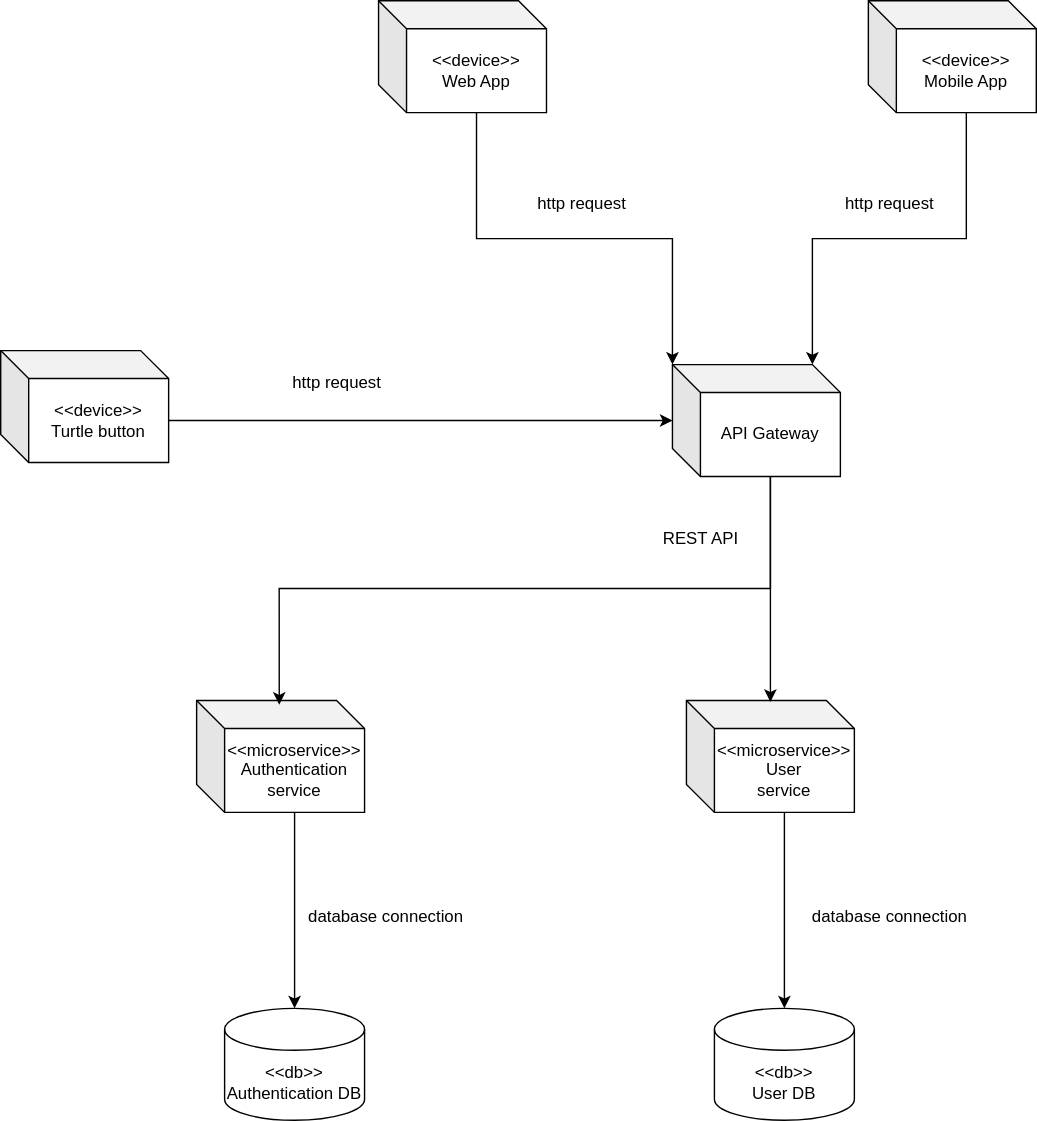
Earlier version of the draw.io export Documentation/Design/SoftwareArchitecture.drawio.svg (r0jbY/uvjb). Source tidied: cells renumbered, new cells last; positions are measured from the earlier drawing's top-left corner, leaving out a move shared by most shapes.
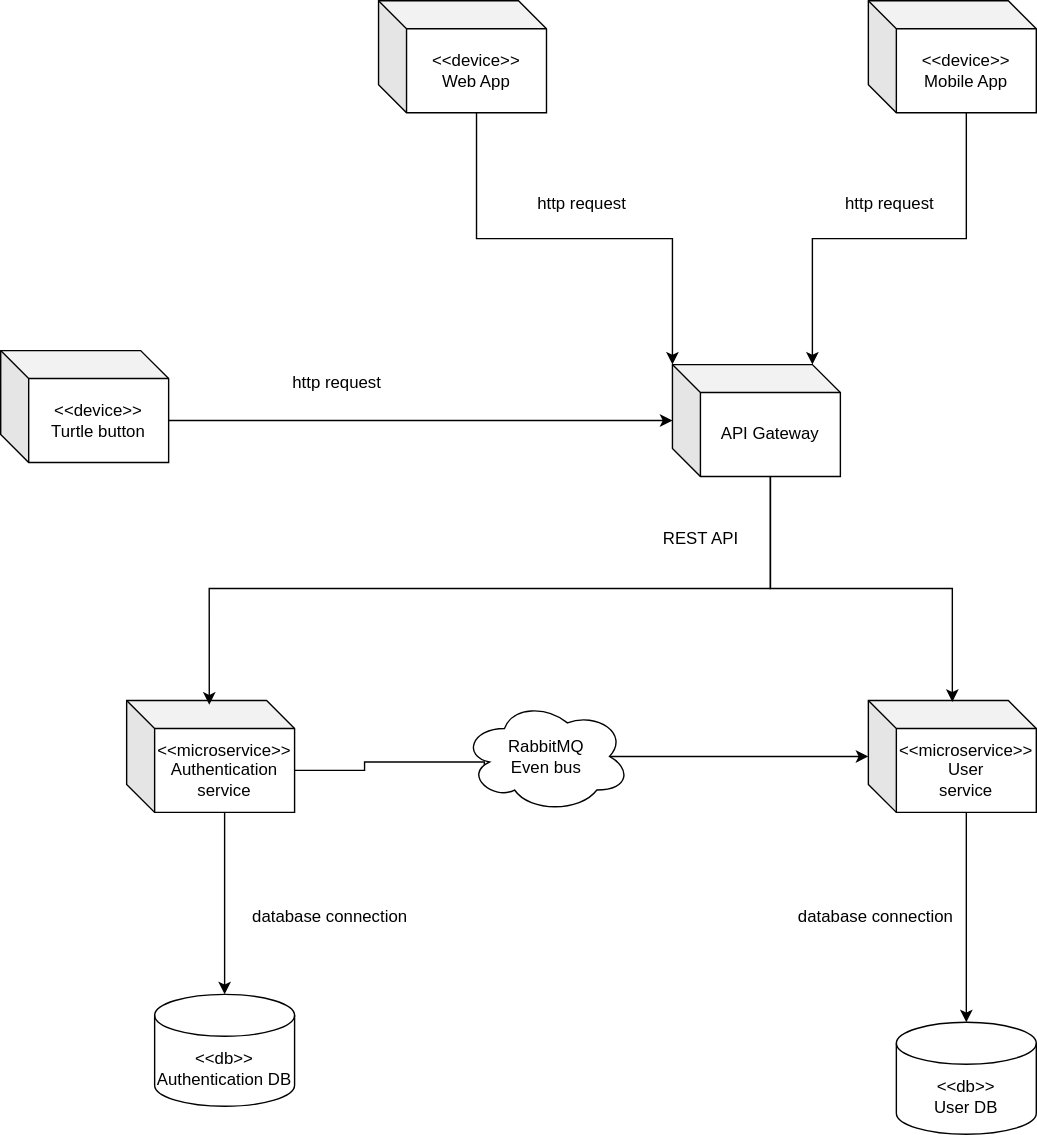
The same file after the commit.

The edit, as a diff of the source:
```diff
@@ -23,20 +23,29 @@
     <mxCell id="8" style="edgeStyle=orthogonalEdgeStyle;rounded=0;jettySize=auto;html=1;exitX=0;exitY=0;exitDx=70;exitDy=80;exitPerimeter=0;entryX=0;entryY=0;entryDx=100;entryDy=0;entryPerimeter=0;" parent="1" edge="1" source="3" target="6">
       <mxGeometry relative="1" as="geometry" />
     </mxCell>
+    <mxCell id="23" style="edgeStyle=orthogonalEdgeStyle;rounded=0;jettySize=auto;html=1;exitX=0;exitY=0;exitDx=120;exitDy=50;exitPerimeter=0;entryX=0.13;entryY=0.77;entryDx=0;entryDy=0;entryPerimeter=0;" parent="1" edge="1" source="9" target="25">
+      <mxGeometry relative="1" as="geometry">
+        <Array as="points">
+          <mxPoint x="260" y="550" />
+          <mxPoint x="260" y="544" />
+          <mxPoint x="346" y="544" />
+        </Array>
+      </mxGeometry>
+    </mxCell>
     <mxCell id="9" value="&amp;lt;&amp;lt;microservice&amp;gt;&amp;gt;&lt;div&gt;Authentication service&lt;/div&gt;" style="shape=cube;whiteSpace=wrap;html=1;boundedLbl=1;backgroundOutline=1;darkOpacity=0.05;darkOpacity2=0.1;" parent="1" vertex="1">
-      <mxGeometry x="140" y="500" width="120" height="80" as="geometry" />
+      <mxGeometry x="90" y="500" width="120" height="80" as="geometry" />
     </mxCell>
     <mxCell id="10" style="edgeStyle=orthogonalEdgeStyle;rounded=0;jettySize=auto;html=1;exitX=0;exitY=0;exitDx=70;exitDy=80;exitPerimeter=0;entryX=0.492;entryY=0.038;entryDx=0;entryDy=0;entryPerimeter=0;" parent="1" edge="1" source="6" target="9">
       <mxGeometry relative="1" as="geometry" />
     </mxCell>
     <mxCell id="11" value="&amp;lt;&amp;lt;db&amp;gt;&amp;gt;&lt;div&gt;Authentication DB&lt;/div&gt;" style="shape=cylinder3;whiteSpace=wrap;html=1;boundedLbl=1;backgroundOutline=1;size=15;" parent="1" vertex="1">
-      <mxGeometry x="160" y="720" width="100" height="80" as="geometry" />
+      <mxGeometry x="110" y="710" width="100" height="80" as="geometry" />
     </mxCell>
     <mxCell id="12" style="edgeStyle=orthogonalEdgeStyle;rounded=0;jettySize=auto;html=1;exitX=0;exitY=0;exitDx=70;exitDy=80;exitPerimeter=0;entryX=0.5;entryY=0;entryDx=0;entryDy=0;entryPerimeter=0;" parent="1" edge="1" source="9" target="11">
       <mxGeometry relative="1" as="geometry" />
     </mxCell>
     <mxCell id="13" value="database connection" style="text;html=1;align=center;verticalAlign=middle;strokeColor=none;fillColor=none;" parent="1" vertex="1">
-      <mxGeometry x="210" y="640" width="130" height="30" as="geometry" />
+      <mxGeometry x="170" y="640" width="130" height="30" as="geometry" />
     </mxCell>
     <mxCell id="14" value="http request" style="text;html=1;align=center;verticalAlign=middle;strokeColor=none;fillColor=none;" parent="1" vertex="1">
       <mxGeometry x="195" y="258" width="90" height="30" as="geometry" />
@@ -51,19 +60,25 @@
       <mxGeometry x="460" y="370" width="80" height="30" as="geometry" />
     </mxCell>
     <mxCell id="18" value="&amp;lt;&amp;lt;microservice&amp;gt;&amp;gt;&lt;div&gt;User&lt;/div&gt;&lt;div&gt;service&lt;/div&gt;" style="shape=cube;whiteSpace=wrap;html=1;boundedLbl=1;backgroundOutline=1;darkOpacity=0.05;darkOpacity2=0.1;" parent="1" vertex="1">
-      <mxGeometry x="490" y="500" width="120" height="80" as="geometry" />
+      <mxGeometry x="620" y="500" width="120" height="80" as="geometry" />
     </mxCell>
     <mxCell id="19" value="&amp;lt;&amp;lt;db&amp;gt;&amp;gt;&lt;div&gt;User&amp;nbsp;&lt;span style=&quot;background-color: transparent; color: light-dark(rgb(0, 0, 0), rgb(255, 255, 255));&quot;&gt;DB&lt;/span&gt;&lt;/div&gt;" style="shape=cylinder3;whiteSpace=wrap;html=1;boundedLbl=1;backgroundOutline=1;size=15;" parent="1" vertex="1">
-      <mxGeometry x="510" y="720" width="100" height="80" as="geometry" />
+      <mxGeometry x="640" y="730" width="100" height="80" as="geometry" />
     </mxCell>
     <mxCell id="20" style="edgeStyle=orthogonalEdgeStyle;rounded=0;jettySize=auto;html=1;exitX=0;exitY=0;exitDx=70;exitDy=80;exitPerimeter=0;entryX=0.5;entryY=0;entryDx=0;entryDy=0;entryPerimeter=0;" parent="1" edge="1" source="18" target="19">
       <mxGeometry relative="1" as="geometry" />
     </mxCell>
     <mxCell id="21" value="database connection" style="text;html=1;align=center;verticalAlign=middle;strokeColor=none;fillColor=none;" parent="1" vertex="1">
-      <mxGeometry x="570" y="640" width="130" height="30" as="geometry" />
+      <mxGeometry x="560" y="640" width="130" height="30" as="geometry" />
     </mxCell>
     <mxCell id="22" style="edgeStyle=orthogonalEdgeStyle;rounded=0;jettySize=auto;html=1;exitX=0;exitY=0;exitDx=70;exitDy=80;exitPerimeter=0;entryX=0.5;entryY=0.013;entryDx=0;entryDy=0;entryPerimeter=0;" parent="1" edge="1" source="6" target="18">
       <mxGeometry relative="1" as="geometry" />
     </mxCell>
+    <mxCell id="24" style="edgeStyle=orthogonalEdgeStyle;rounded=0;jettySize=auto;html=1;exitX=0.875;exitY=0.5;exitDx=0;exitDy=0;exitPerimeter=0;" parent="1" edge="1" source="25" target="18">
+      <mxGeometry relative="1" as="geometry" />
+    </mxCell>
+    <mxCell id="25" value="RabbitMQ&lt;div&gt;Even bus&lt;/div&gt;" style="ellipse;shape=cloud;whiteSpace=wrap;html=1;" parent="1" vertex="1">
+      <mxGeometry x="330" y="500" width="120" height="80" as="geometry" />
+    </mxCell>
   </root>
 </mxGraphModel>
```
